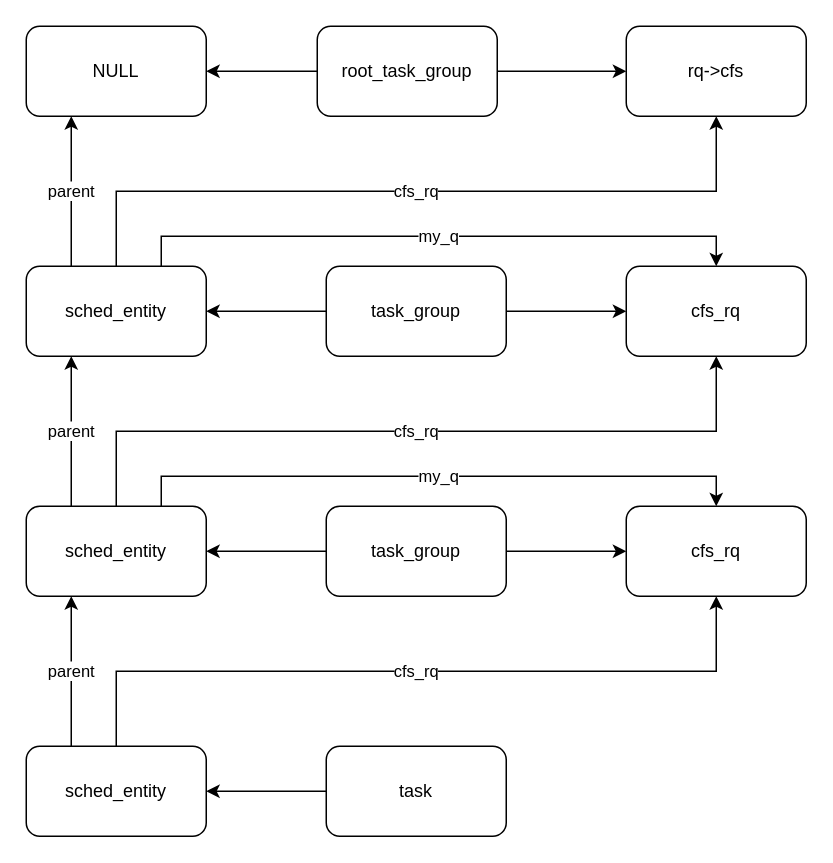
The draw.io diagram scheduler/task_group.cfs_rq.sched_entity.drawio in craftsfish/kernelhacking, before the edit. Source tidied: cells renumbered, new cells numbered last; positions are measured from the earlier drawing's top-left corner, leaving out a move shared by most shapes. Both pictures are drawn from the tidied source at 150%, with x=0, y=0 at pixel (26, 26).
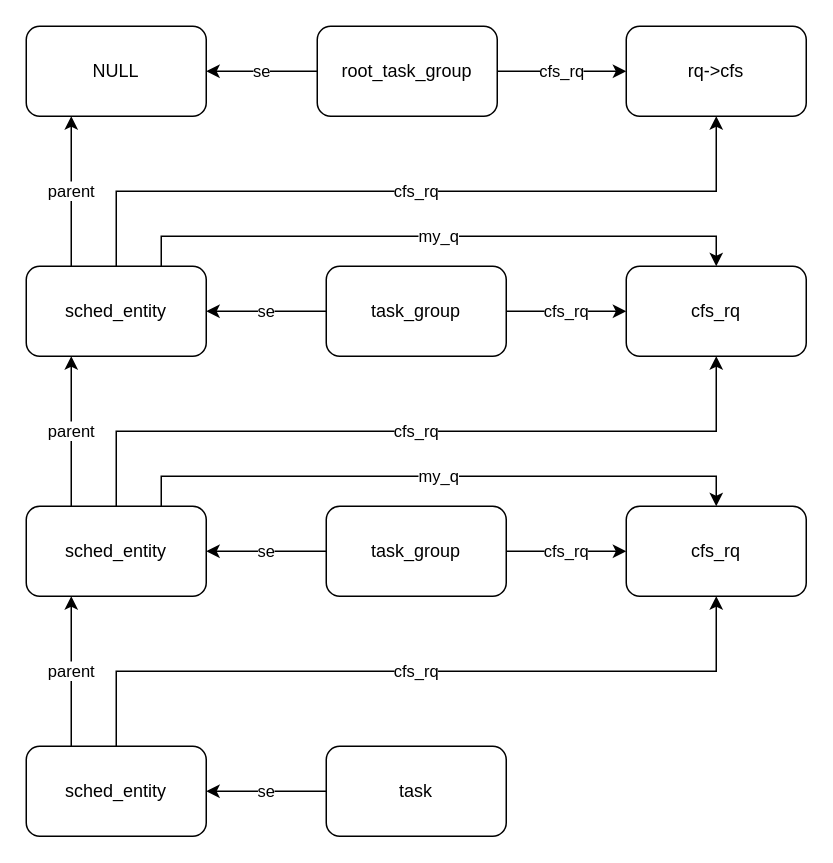
The same page after the edit.

The change refers to these unchanged cells:
```xml
<mxCell id="4" value="root_task_group" style="rounded=1;whiteSpace=wrap;html=1;" parent="1" vertex="1">
  <mxGeometry x="194" width="120" height="60" as="geometry" />
</mxCell>
<mxCell id="5" value="rq-&amp;gt;cfs" style="rounded=1;whiteSpace=wrap;html=1;" parent="1" vertex="1">
  <mxGeometry x="400" width="120" height="60" as="geometry" />
</mxCell>
<mxCell id="6" value="NULL" style="rounded=1;whiteSpace=wrap;html=1;" parent="1" vertex="1">
  <mxGeometry width="120" height="60" as="geometry" />
</mxCell>
<mxCell id="9" value="task_group" style="rounded=1;whiteSpace=wrap;html=1;" parent="1" vertex="1">
  <mxGeometry x="200" y="160" width="120" height="60" as="geometry" />
</mxCell>
<mxCell id="10" value="cfs_rq" style="rounded=1;whiteSpace=wrap;html=1;" parent="1" vertex="1">
  <mxGeometry x="400" y="160" width="120" height="60" as="geometry" />
</mxCell>
<mxCell id="14" value="sched_entity" style="rounded=1;whiteSpace=wrap;html=1;" parent="1" vertex="1">
  <mxGeometry y="160" width="120" height="60" as="geometry" />
</mxCell>
<mxCell id="17" value="task_group" style="rounded=1;whiteSpace=wrap;html=1;" parent="1" vertex="1">
  <mxGeometry x="200" y="320" width="120" height="60" as="geometry" />
</mxCell>
<mxCell id="18" value="cfs_rq" style="rounded=1;whiteSpace=wrap;html=1;" parent="1" vertex="1">
  <mxGeometry x="400" y="320" width="120" height="60" as="geometry" />
</mxCell>
<mxCell id="22" value="sched_entity" style="rounded=1;whiteSpace=wrap;html=1;" parent="1" vertex="1">
  <mxGeometry y="320" width="120" height="60" as="geometry" />
</mxCell>
<mxCell id="24" value="task" style="rounded=1;whiteSpace=wrap;html=1;" parent="1" vertex="1">
  <mxGeometry x="200" y="480" width="120" height="60" as="geometry" />
</mxCell>
<mxCell id="27" value="sched_entity" style="rounded=1;whiteSpace=wrap;html=1;" parent="1" vertex="1">
  <mxGeometry y="480" width="120" height="60" as="geometry" />
</mxCell>
```

Diff of the diagram source:
```diff
@@
-    <mxCell id="2" style="edgeStyle=orthogonalEdgeStyle;rounded=0;jettySize=auto;html=1;exitX=1;exitY=0.5;exitDx=0;exitDy=0;entryX=0;entryY=0.5;entryDx=0;entryDy=0;" parent="1" edge="1" source="4" target="5">
+    <mxCell id="2" value="cfs_rq" style="edgeStyle=orthogonalEdgeStyle;rounded=0;jettySize=auto;html=1;exitX=1;exitY=0.5;exitDx=0;exitDy=0;entryX=0;entryY=0.5;entryDx=0;entryDy=0;" parent="1" edge="1" source="4" target="5">
       <mxGeometry relative="1" as="geometry" />
     </mxCell>
-    <mxCell id="3" style="edgeStyle=orthogonalEdgeStyle;rounded=0;jettySize=auto;html=1;exitX=0;exitY=0.5;exitDx=0;exitDy=0;" parent="1" edge="1" source="4" target="6">
+    <mxCell id="3" value="se" style="edgeStyle=orthogonalEdgeStyle;rounded=0;jettySize=auto;html=1;exitX=0;exitY=0.5;exitDx=0;exitDy=0;" parent="1" edge="1" source="4" target="6">
       <mxGeometry relative="1" as="geometry" />
     </mxCell>
@@
-    <mxCell id="7" style="edgeStyle=orthogonalEdgeStyle;rounded=0;jettySize=auto;html=1;exitX=0;exitY=0.5;exitDx=0;exitDy=0;entryX=1;entryY=0.5;entryDx=0;entryDy=0;" parent="1" edge="1" source="9" target="14">
+    <mxCell id="7" value="se" style="edgeStyle=orthogonalEdgeStyle;rounded=0;jettySize=auto;html=1;exitX=0;exitY=0.5;exitDx=0;exitDy=0;entryX=1;entryY=0.5;entryDx=0;entryDy=0;" parent="1" edge="1" source="9" target="14">
       <mxGeometry relative="1" as="geometry" />
     </mxCell>
-    <mxCell id="8" style="edgeStyle=orthogonalEdgeStyle;rounded=0;jettySize=auto;html=1;exitX=1;exitY=0.5;exitDx=0;exitDy=0;entryX=0;entryY=0.5;entryDx=0;entryDy=0;" parent="1" edge="1" source="9" target="10">
+    <mxCell id="8" value="cfs_rq" style="edgeStyle=orthogonalEdgeStyle;rounded=0;jettySize=auto;html=1;exitX=1;exitY=0.5;exitDx=0;exitDy=0;entryX=0;entryY=0.5;entryDx=0;entryDy=0;" parent="1" edge="1" source="9" target="10">
       <mxGeometry relative="1" as="geometry" />
     </mxCell>
@@
-    <mxCell id="15" style="edgeStyle=orthogonalEdgeStyle;rounded=0;jettySize=auto;html=1;exitX=0;exitY=0.5;exitDx=0;exitDy=0;entryX=1;entryY=0.5;entryDx=0;entryDy=0;" parent="1" edge="1" source="17" target="22">
+    <mxCell id="15" value="se" style="edgeStyle=orthogonalEdgeStyle;rounded=0;jettySize=auto;html=1;exitX=0;exitY=0.5;exitDx=0;exitDy=0;entryX=1;entryY=0.5;entryDx=0;entryDy=0;" parent="1" edge="1" source="17" target="22">
       <mxGeometry relative="1" as="geometry" />
     </mxCell>
-    <mxCell id="16" style="edgeStyle=orthogonalEdgeStyle;rounded=0;jettySize=auto;html=1;exitX=1;exitY=0.5;exitDx=0;exitDy=0;entryX=0;entryY=0.5;entryDx=0;entryDy=0;" parent="1" edge="1" source="17" target="18">
+    <mxCell id="16" value="cfs_rq" style="edgeStyle=orthogonalEdgeStyle;rounded=0;jettySize=auto;html=1;exitX=1;exitY=0.5;exitDx=0;exitDy=0;entryX=0;entryY=0.5;entryDx=0;entryDy=0;" parent="1" edge="1" source="17" target="18">
       <mxGeometry relative="1" as="geometry" />
     </mxCell>
@@
-    <mxCell id="23" style="edgeStyle=orthogonalEdgeStyle;rounded=0;jettySize=auto;html=1;exitX=0;exitY=0.5;exitDx=0;exitDy=0;entryX=1;entryY=0.5;entryDx=0;entryDy=0;" parent="1" edge="1" source="24" target="27">
+    <mxCell id="23" value="se" style="edgeStyle=orthogonalEdgeStyle;rounded=0;jettySize=auto;html=1;exitX=0;exitY=0.5;exitDx=0;exitDy=0;entryX=1;entryY=0.5;entryDx=0;entryDy=0;" parent="1" edge="1" source="24" target="27">
       <mxGeometry relative="1" as="geometry" />
     </mxCell>
```
